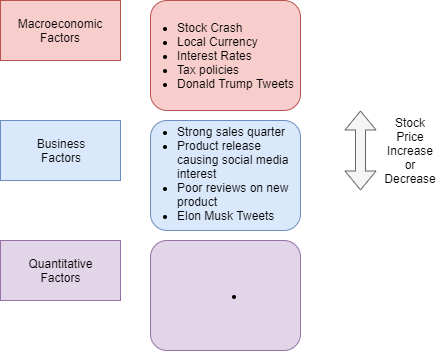
intisarhaque/fyp-ml-finance keeps this draw.io diagram as intro_multifactor.png. Above is the earlier version. Source tidied: cells renumbered, new cells last; positions are measured from the earlier drawing's top-left corner, leaving out a move shared by most shapes.
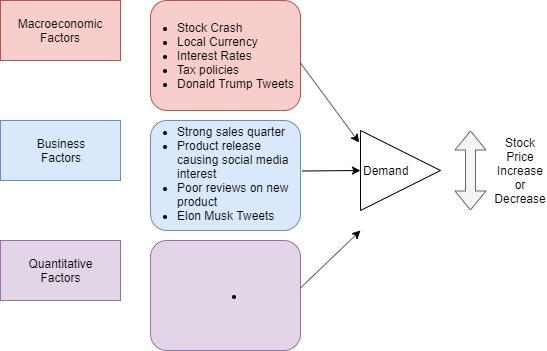
After the commit.

The edit, as a diff of the source:
```diff
@@ -4,12 +4,12 @@
     <mxCell id="1" parent="0" />
     <mxCell id="2" style="shape=flexArrow;endArrow=classic;startArrow=classic;html=1;fillColor=#f5f5f5;strokeColor=#666666;" parent="1" edge="1">
       <mxGeometry relative="1" as="geometry">
-        <mxPoint x="360" y="190" as="sourcePoint" />
-        <mxPoint x="360" y="110" as="targetPoint" />
+        <mxPoint x="470" y="210" as="sourcePoint" />
+        <mxPoint x="470" y="130" as="targetPoint" />
       </mxGeometry>
     </mxCell>
     <mxCell id="3" value="Stock Price Increase or Decrease&lt;br&gt;" style="text;html=1;strokeColor=none;fillColor=none;align=center;verticalAlign=middle;whiteSpace=wrap;rounded=0;" parent="1" vertex="1">
-      <mxGeometry x="390" y="140" width="40" height="20" as="geometry" />
+      <mxGeometry x="500" y="160" width="40" height="20" as="geometry" />
     </mxCell>
     <mxCell id="4" style="group;fillColor=#f8cecc;strokeColor=#b85450;" parent="1" vertex="1">
       <mxGeometry width="120" height="60" as="geometry" />
@@ -41,5 +41,24 @@
     <mxCell id="13" value="Macroeconomic Factors" style="text;html=1;strokeColor=none;fillColor=none;align=center;verticalAlign=middle;whiteSpace=wrap;rounded=0;" parent="1" vertex="1">
       <mxGeometry x="40" y="20" width="40" height="20" as="geometry" />
     </mxCell>
+    <mxCell id="14" value="Demand" style="triangle;whiteSpace=wrap;html=1;align=left;" parent="1" vertex="1">
+      <mxGeometry x="360" y="130" width="80" height="80" as="geometry" />
+    </mxCell>
+    <mxCell id="15" style="endArrow=classic;html=1;entryX=-0.017;entryY=0.15;entryDx=0;entryDy=0;entryPerimeter=0;" parent="1" edge="1" target="14">
+      <mxGeometry relative="1" as="geometry">
+        <mxPoint x="300" y="62.5" as="sourcePoint" />
+      </mxGeometry>
+    </mxCell>
+    <mxCell id="16" style="endArrow=classic;html=1;entryX=0;entryY=0.5;entryDx=0;entryDy=0;" parent="1" edge="1" target="14">
+      <mxGeometry relative="1" as="geometry">
+        <mxPoint x="301.5" y="170.5" as="sourcePoint" />
+      </mxGeometry>
+    </mxCell>
+    <mxCell id="17" style="endArrow=classic;html=1;" parent="1" edge="1">
+      <mxGeometry relative="1" as="geometry">
+        <mxPoint x="300" y="287.5" as="sourcePoint" />
+        <mxPoint x="360" y="230" as="targetPoint" />
+      </mxGeometry>
+    </mxCell>
   </root>
 </mxGraphModel>
```
